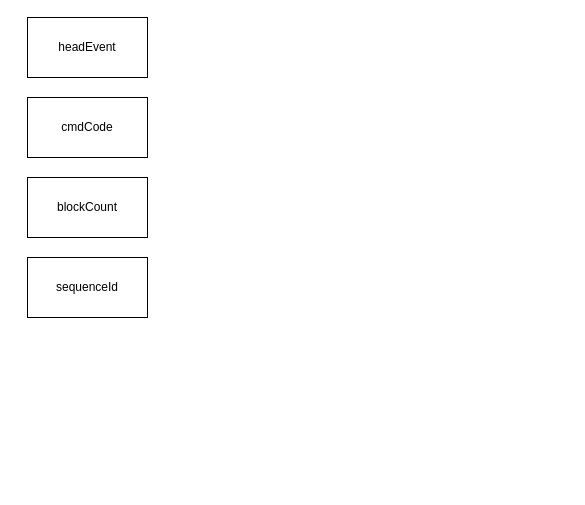
605682883/flowPhoto keeps this draw.io diagram as Untitled Diagram.drawio. Above is the earlier version. Source tidied: cells renumbered, new cells numbered last; positions are measured from the earlier drawing's top-left corner, leaving out a move shared by most shapes. Both pictures are drawn from the tidied source at 100%, with x=0, y=0 at pixel (27, 17).
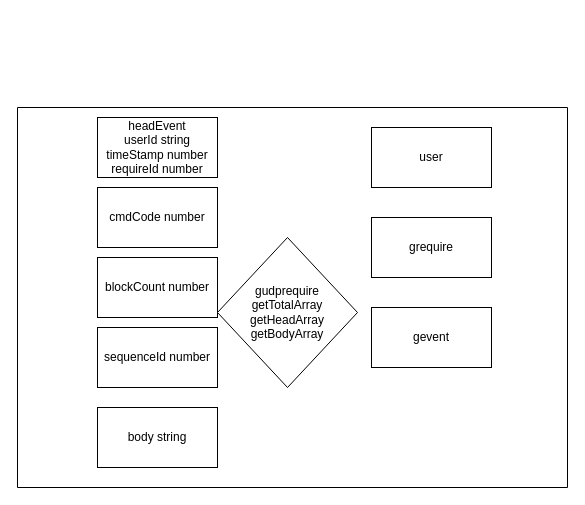
After the change.

What changed in the source:
```diff
@@
 <mxGraphModel>
   <root>
     <mxCell id="0" />
     <mxCell id="1" parent="0" />
+    <mxCell id="6" style="swimlane;startSize=0;" parent="1" vertex="1">
+      <mxGeometry x="-10" y="90" width="550" height="380" as="geometry" />
+    </mxCell>
-    <mxCell id="2" value="headEvent" style="rounded=0;whiteSpace=wrap;html=1;" parent="1" vertex="1">
-      <mxGeometry width="120" height="60" as="geometry" />
+    <mxCell id="2" value="headEvent&lt;br&gt;userId string&lt;br&gt;timeStamp number&lt;br&gt;requireId number" style="rounded=0;whiteSpace=wrap;html=1;" parent="6" vertex="1">
+      <mxGeometry x="80" y="10" width="120" height="60" as="geometry" />
     </mxCell>
-    <mxCell id="3" value="cmdCode" style="rounded=0;whiteSpace=wrap;html=1;" parent="1" vertex="1">
-      <mxGeometry y="80" width="120" height="60" as="geometry" />
+    <mxCell id="3" value="cmdCode number" style="rounded=0;whiteSpace=wrap;html=1;" parent="6" vertex="1">
+      <mxGeometry x="80" y="80" width="120" height="60" as="geometry" />
     </mxCell>
-    <mxCell id="4" value="blockCount" style="rounded=0;whiteSpace=wrap;html=1;" parent="1" vertex="1">
-      <mxGeometry y="160" width="120" height="60" as="geometry" />
+    <mxCell id="4" value="blockCount number" style="rounded=0;whiteSpace=wrap;html=1;" parent="6" vertex="1">
+      <mxGeometry x="80" y="150" width="120" height="60" as="geometry" />
     </mxCell>
-    <mxCell id="5" value="sequenceId" style="rounded=0;whiteSpace=wrap;html=1;" parent="1" vertex="1">
-      <mxGeometry y="240" width="120" height="60" as="geometry" />
+    <mxCell id="5" value="sequenceId number" style="rounded=0;whiteSpace=wrap;html=1;" parent="6" vertex="1">
+      <mxGeometry x="80" y="220" width="120" height="60" as="geometry" />
     </mxCell>
+    <mxCell id="7" value="body string" style="rounded=0;whiteSpace=wrap;html=1;" parent="6" vertex="1">
+      <mxGeometry x="80" y="300" width="120" height="60" as="geometry" />
+    </mxCell>
+    <mxCell id="8" value="gudprequire&lt;br&gt;getTotalArray&lt;br&gt;getHeadArray&lt;br&gt;getBodyArray" style="rhombus;whiteSpace=wrap;html=1;" parent="6" vertex="1">
+      <mxGeometry x="200" y="130" width="140" height="150" as="geometry" />
+    </mxCell>
+    <mxCell id="9" value="user" style="rounded=0;whiteSpace=wrap;html=1;" parent="6" vertex="1">
+      <mxGeometry x="354" y="20" width="120" height="60" as="geometry" />
+    </mxCell>
+    <mxCell id="10" value="grequire" style="rounded=0;whiteSpace=wrap;html=1;" parent="6" vertex="1">
+      <mxGeometry x="354" y="110" width="120" height="60" as="geometry" />
+    </mxCell>
+    <mxCell id="11" value="gevent" style="rounded=0;whiteSpace=wrap;html=1;" parent="6" vertex="1">
+      <mxGeometry x="354" y="200" width="120" height="60" as="geometry" />
+    </mxCell>
   </root>
 </mxGraphModel>
```
